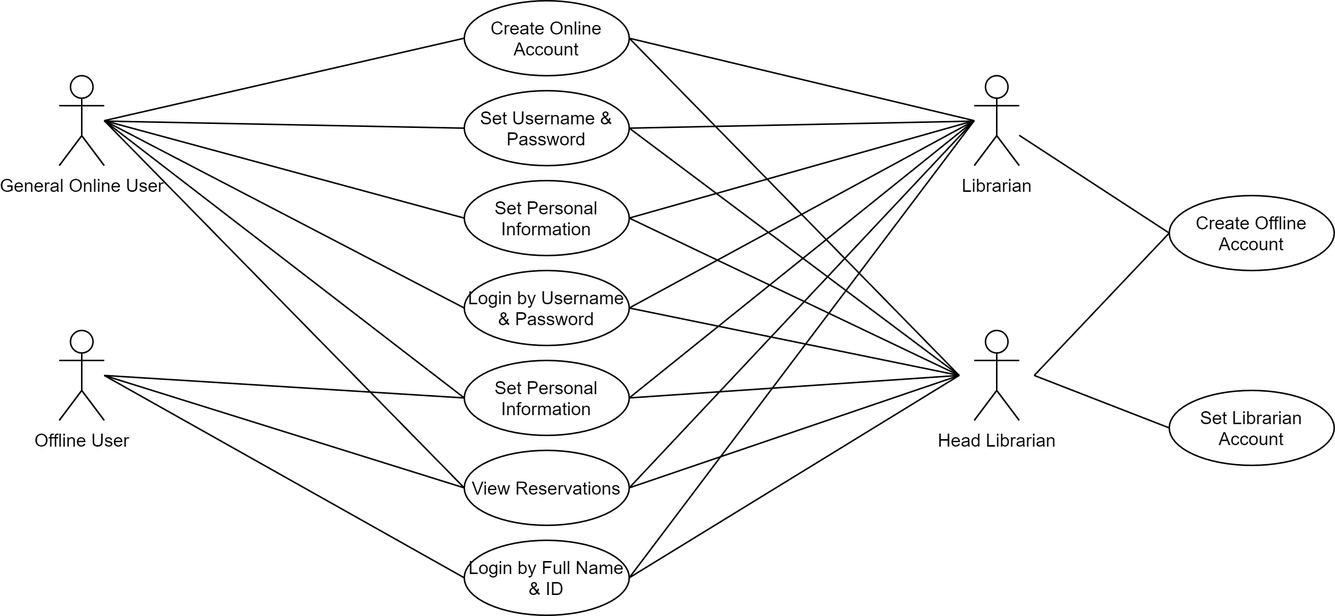
Before: images/use_case_diagram_user_account.PNG, a diagram exported from draw.io (McGill-ECSE321-Fall2021/project-group-12). Source tidied: cells renumbered, new cells last; positions are measured from the earlier drawing's top-left corner, leaving out a move shared by most shapes.
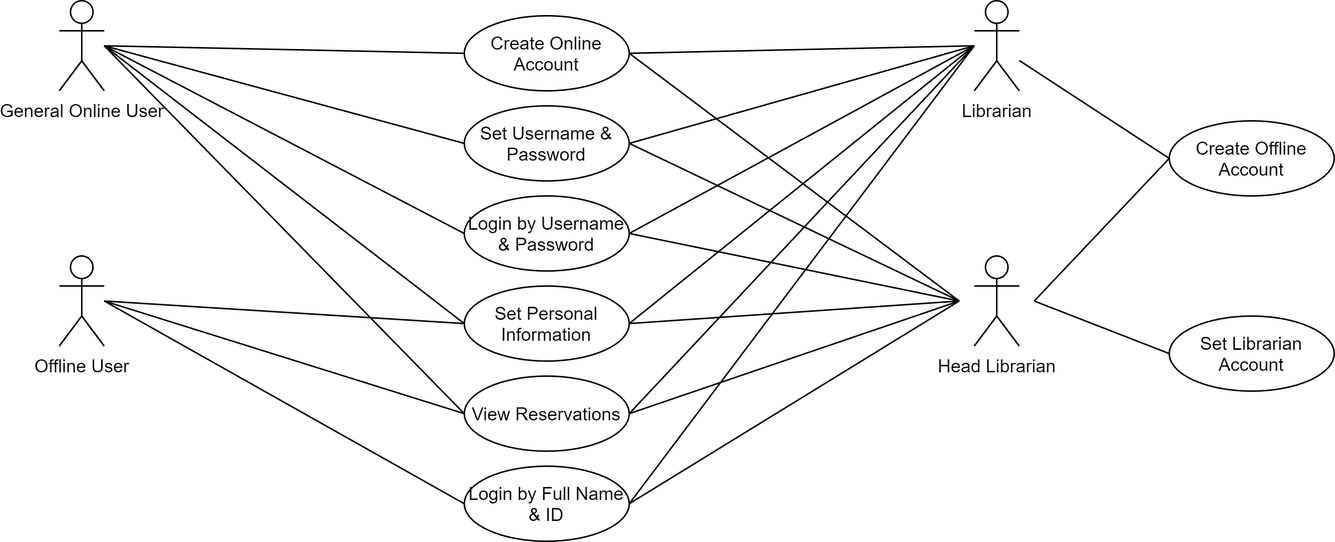
After the commit.

Commit message:
Corrected a error

Change to the diagram source:
```diff
@@ -15,14 +15,11 @@
       <mxGeometry y="220" width="30" height="60" as="geometry" />
     </mxCell>
     <mxCell id="6" value="Create Online Account" style="ellipse;whiteSpace=wrap;html=1;" parent="1" vertex="1">
-      <mxGeometry x="270" width="110" height="50" as="geometry" />
+      <mxGeometry x="270" y="60" width="110" height="50" as="geometry" />
     </mxCell>
     <mxCell id="7" value="Set Username &amp;amp; Password" style="ellipse;whiteSpace=wrap;html=1;" parent="1" vertex="1">
-      <mxGeometry x="270" y="60" width="110" height="50" as="geometry" />
+      <mxGeometry x="270" y="120" width="110" height="50" as="geometry" />
     </mxCell>
-    <mxCell id="8" value="Set Personal Information" style="ellipse;whiteSpace=wrap;html=1;" parent="1" vertex="1">
-      <mxGeometry x="270" y="120" width="110" height="50" as="geometry" />
-    </mxCell>
     <mxCell id="9" value="Set Personal Information" style="ellipse;whiteSpace=wrap;html=1;" parent="1" vertex="1">
       <mxGeometry x="270" y="240" width="110" height="50" as="geometry" />
     </mxCell>
@@ -56,37 +53,26 @@
     <mxCell id="17" style="endArrow=none;html=1;rounded=0;exitX=0;exitY=0.5;exitDx=0;exitDy=0;" parent="1" edge="1" source="10" target="2">
       <mxGeometry relative="1" as="geometry" />
     </mxCell>
-    <mxCell id="18" style="endArrow=none;html=1;rounded=0;entryX=0;entryY=0.5;entryDx=0;entryDy=0;" parent="1" edge="1" source="4" target="7">
-      <mxGeometry relative="1" as="geometry" />
+    <mxCell id="18" style="endArrow=none;html=1;rounded=0;entryX=0;entryY=0.5;entryDx=0;entryDy=0;" parent="1" edge="1" target="7">
+      <mxGeometry relative="1" as="geometry">
+        <mxPoint x="30" y="80" as="sourcePoint" />
+      </mxGeometry>
     </mxCell>
-    <mxCell id="19" style="endArrow=none;html=1;rounded=0;exitX=1;exitY=0.5;exitDx=0;exitDy=0;" parent="1" edge="1" source="7" target="2">
-      <mxGeometry relative="1" as="geometry" />
+    <mxCell id="19" style="endArrow=none;html=1;rounded=0;exitX=1;exitY=0.5;exitDx=0;exitDy=0;" parent="1" edge="1" source="7">
+      <mxGeometry relative="1" as="geometry">
+        <mxPoint x="610" y="80" as="targetPoint" />
+      </mxGeometry>
     </mxCell>
     <mxCell id="20" style="endArrow=none;html=1;rounded=0;entryX=0;entryY=0.5;entryDx=0;entryDy=0;" parent="1" edge="1" target="10">
       <mxGeometry relative="1" as="geometry">
         <mxPoint x="650" y="250" as="sourcePoint" />
       </mxGeometry>
     </mxCell>
-    <mxCell id="21" style="endArrow=none;html=1;rounded=0;entryX=0;entryY=0.5;entryDx=0;entryDy=0;" parent="1" edge="1" target="8">
-      <mxGeometry relative="1" as="geometry">
-        <mxPoint x="30" y="80" as="sourcePoint" />
-      </mxGeometry>
-    </mxCell>
-    <mxCell id="22" style="endArrow=none;html=1;rounded=0;exitX=1;exitY=0.5;exitDx=0;exitDy=0;" parent="1" edge="1" source="8">
-      <mxGeometry relative="1" as="geometry">
-        <mxPoint x="610" y="80" as="targetPoint" />
-      </mxGeometry>
-    </mxCell>
     <mxCell id="23" style="endArrow=none;html=1;rounded=0;exitX=1;exitY=0.5;exitDx=0;exitDy=0;" parent="1" edge="1" source="7">
       <mxGeometry relative="1" as="geometry">
         <mxPoint x="600" y="250" as="targetPoint" />
       </mxGeometry>
     </mxCell>
-    <mxCell id="24" style="endArrow=none;html=1;rounded=0;exitX=1;exitY=0.5;exitDx=0;exitDy=0;" parent="1" edge="1" source="8">
-      <mxGeometry relative="1" as="geometry">
-        <mxPoint x="600" y="250" as="targetPoint" />
-      </mxGeometry>
-    </mxCell>
     <mxCell id="25" style="endArrow=none;html=1;rounded=0;entryX=0;entryY=0.5;entryDx=0;entryDy=0;" parent="1" edge="1" target="11">
       <mxGeometry relative="1" as="geometry">
         <mxPoint x="30" y="80" as="sourcePoint" />
```
